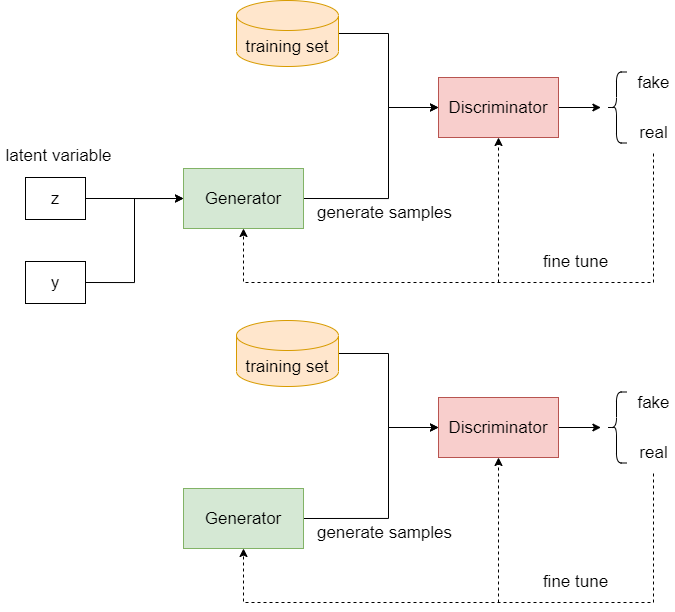
Above: gan.drawio.png in lakomi/pictures (draw.io), before the change. Source tidied: cells renumbered, new cells last; positions are measured from the earlier drawing's top-left corner, leaving out a move shared by most shapes.
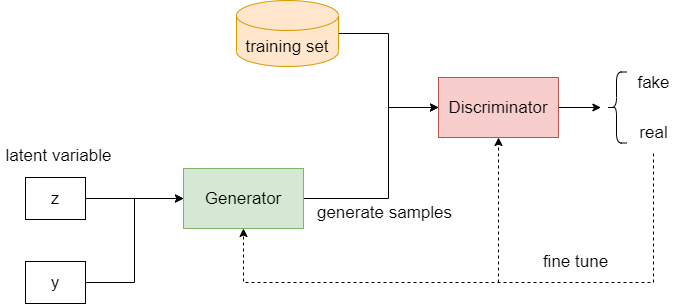
The same file after the commit.

Diff of the diagram source:
```diff
@@ -70,58 +70,5 @@
     <mxCell id="19" value="y" style="rounded=0;whiteSpace=wrap;html=1;fontSize=17;" parent="1" vertex="1">
       <mxGeometry x="25" y="261" width="60" height="42" as="geometry" />
     </mxCell>
-    <mxCell id="20" style="edgeStyle=orthogonalEdgeStyle;rounded=0;jettySize=auto;html=1;exitX=1;exitY=0.5;exitDx=0;exitDy=0;entryX=0;entryY=0.5;entryDx=0;entryDy=0;" parent="1" edge="1" source="21" target="23">
-      <mxGeometry relative="1" as="geometry">
-        <Array as="points">
-          <mxPoint x="388" y="518" />
-          <mxPoint x="388" y="427" />
-        </Array>
-      </mxGeometry>
-    </mxCell>
-    <mxCell id="21" value="Generator" style="rounded=0;whiteSpace=wrap;html=1;fillColor=#d5e8d4;strokeColor=#82b366;fontSize=17;" parent="1" vertex="1">
-      <mxGeometry x="183" y="488" width="120" height="60" as="geometry" />
-    </mxCell>
-    <mxCell id="22" style="edgeStyle=orthogonalEdgeStyle;rounded=0;jettySize=auto;html=1;exitX=1;exitY=0.5;exitDx=0;exitDy=0;" parent="1" edge="1" source="23">
-      <mxGeometry relative="1" as="geometry">
-        <mxPoint x="600.4" y="427" as="targetPoint" />
-      </mxGeometry>
-    </mxCell>
-    <mxCell id="23" value="Discriminator" style="rounded=0;whiteSpace=wrap;html=1;fillColor=#f8cecc;strokeColor=#b85450;fontSize=17;" parent="1" vertex="1">
-      <mxGeometry x="438" y="397" width="120" height="60" as="geometry" />
-    </mxCell>
-    <mxCell id="24" style="edgeStyle=orthogonalEdgeStyle;rounded=0;jettySize=auto;html=1;exitX=1;exitY=0.5;exitDx=0;exitDy=0;exitPerimeter=0;entryX=0;entryY=0.5;entryDx=0;entryDy=0;" parent="1" edge="1" source="25" target="23">
-      <mxGeometry relative="1" as="geometry" />
-    </mxCell>
-    <mxCell id="25" value="training set" style="shape=cylinder3;whiteSpace=wrap;html=1;boundedLbl=1;backgroundOutline=1;size=15;fillColor=#ffe6cc;strokeColor=#d79b00;fontSize=17;" parent="1" vertex="1">
-      <mxGeometry x="236" y="320" width="102" height="66" as="geometry" />
-    </mxCell>
-    <mxCell id="26" value="generate samples" style="text;html=1;align=center;verticalAlign=middle;strokeColor=none;fillColor=none;fontSize=17;" parent="1" vertex="1">
-      <mxGeometry x="311" y="520" width="145" height="24" as="geometry" />
-    </mxCell>
-    <mxCell id="27" style="shape=curlyBracket;whiteSpace=wrap;html=1;rounded=1;" parent="1" vertex="1">
-      <mxGeometry x="606" y="391.5" width="20" height="71" as="geometry" />
-    </mxCell>
-    <mxCell id="28" value="fake" style="text;html=1;align=center;verticalAlign=middle;strokeColor=none;fillColor=none;fontSize=17;" parent="1" vertex="1">
-      <mxGeometry x="632" y="390" width="42" height="24" as="geometry" />
-    </mxCell>
-    <mxCell id="29" value="real" style="text;html=1;align=center;verticalAlign=middle;strokeColor=none;fillColor=none;fontSize=17;" parent="1" vertex="1">
-      <mxGeometry x="634" y="440" width="38" height="24" as="geometry" />
-    </mxCell>
-    <mxCell id="30" style="edgeStyle=elbowEdgeStyle;elbow=vertical;endArrow=classic;html=1;rounded=0;fontSize=20;entryX=0.5;entryY=1;entryDx=0;entryDy=0;dashed=1;" parent="1" edge="1" target="21">
-      <mxGeometry relative="1" as="geometry">
-        <mxPoint x="653" y="473" as="sourcePoint" />
-        <Array as="points">
-          <mxPoint x="444" y="602" />
-        </Array>
-      </mxGeometry>
-    </mxCell>
-    <mxCell id="31" style="endArrow=classic;html=1;rounded=0;dashed=1;fontSize=20;entryX=0.5;entryY=1;entryDx=0;entryDy=0;" parent="1" edge="1" target="23">
-      <mxGeometry relative="1" as="geometry">
-        <mxPoint x="498" y="602" as="sourcePoint" />
-      </mxGeometry>
-    </mxCell>
-    <mxCell id="32" value="fine tune" style="text;html=1;align=center;verticalAlign=middle;strokeColor=none;fillColor=none;fontSize=17;" parent="1" vertex="1">
-      <mxGeometry x="537" y="569" width="76" height="24" as="geometry" />
-    </mxCell>
   </root>
 </mxGraphModel>
```
